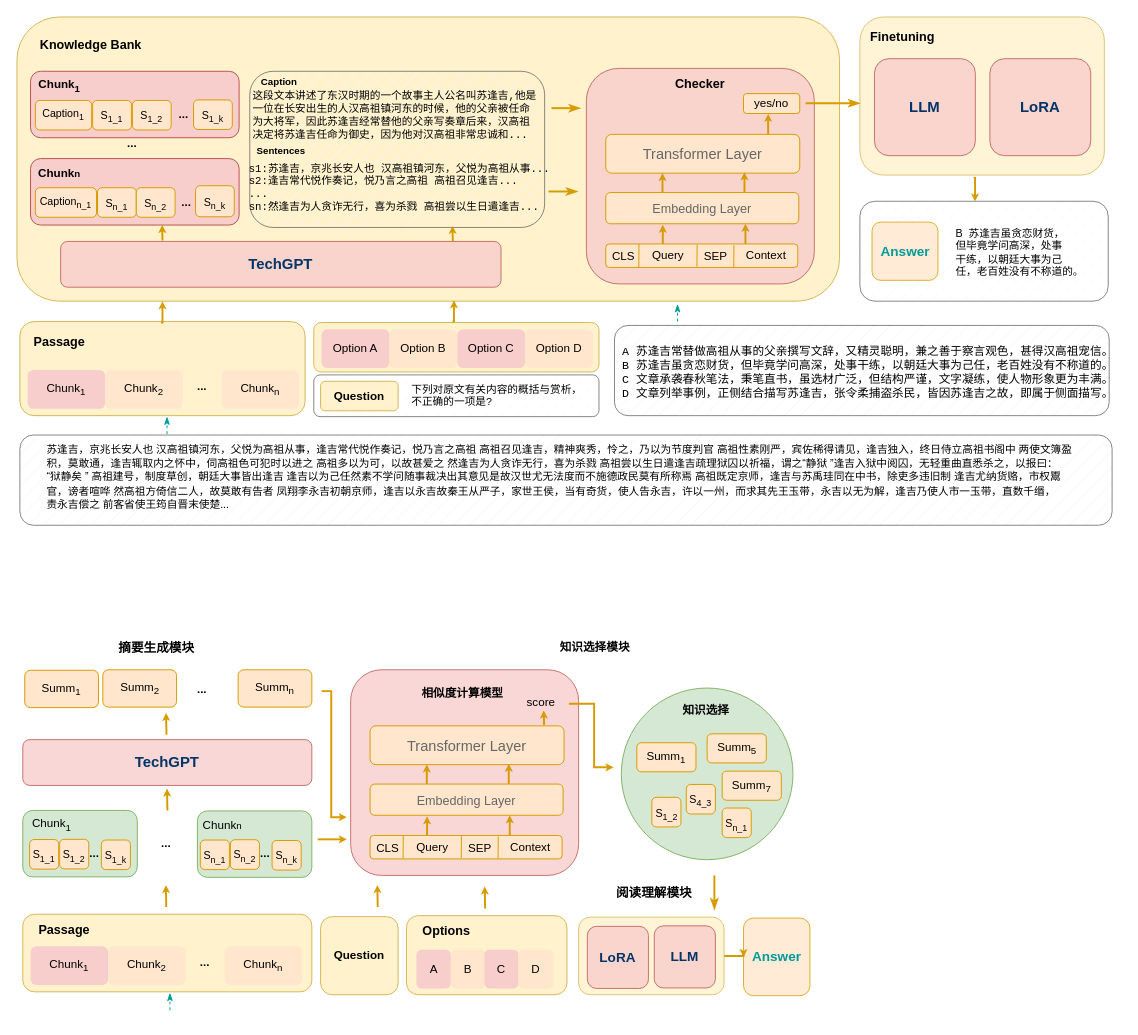
Asimok/draw keeps this draw.io diagram as page "option-2" (10 of 13) of research.drawio. Above is the earlier version. Source tidied: cells renumbered, new cells numbered last; positions are measured from the earlier drawing's top-left corner, leaving out a move shared by most shapes. Both pictures are drawn from the tidied source at 97%, with x=0, y=0 at pixel (16, 16).
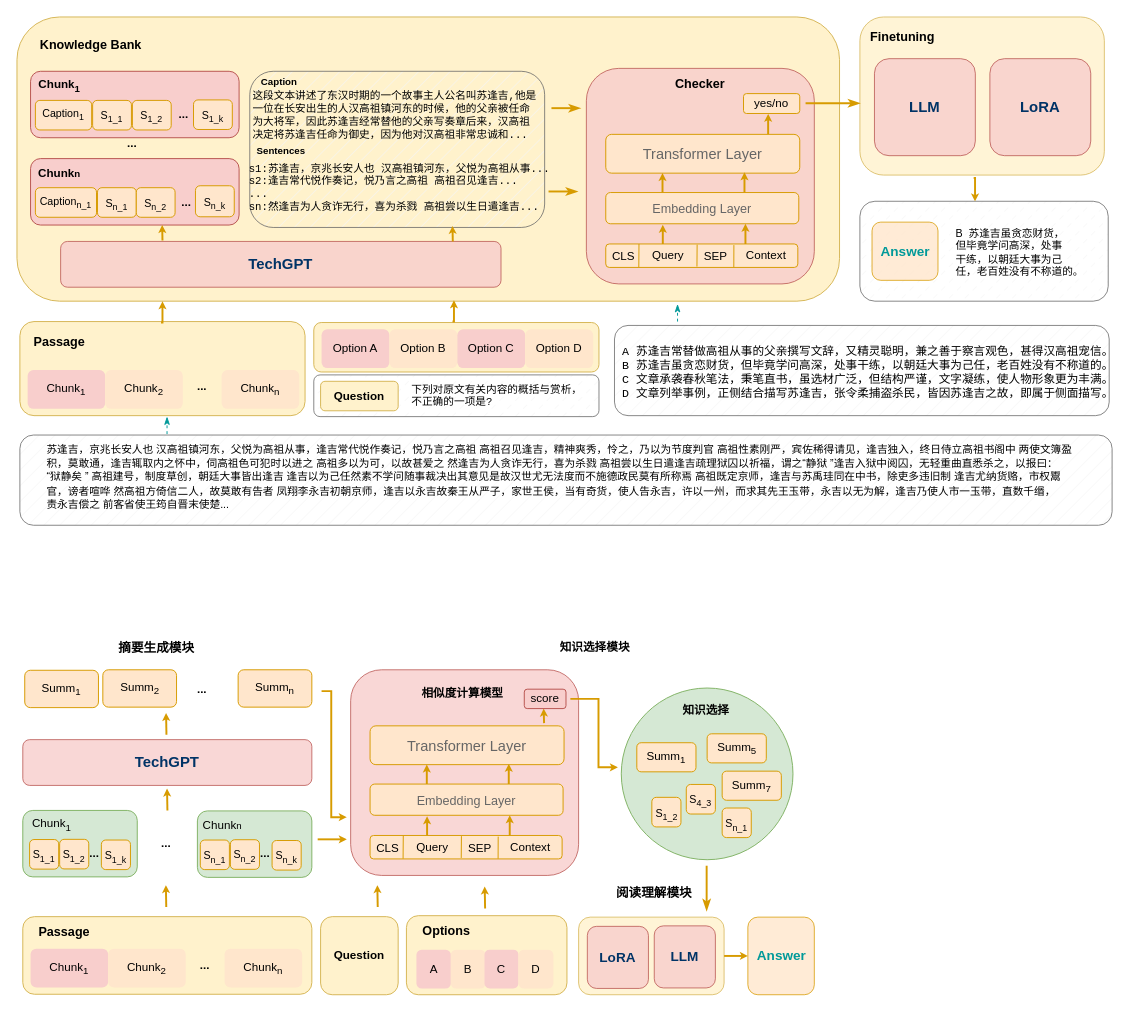
The same diagram, later.

Diff of the diagram source:
```diff
@@
     <mxCell id="88" style="rounded=1;whiteSpace=wrap;html=1;fillColor=#fff2cc;strokeColor=#d6b656;" parent="1" vertex="1">
-      <mxGeometry x="6" y="925" width="298" height="80" as="geometry" />
+      <mxGeometry x="6" y="927.5" width="298" height="80" as="geometry" />
     </mxCell>
     <mxCell id="89" value="Chunk&lt;sub&gt;1&lt;/sub&gt;" style="rounded=1;whiteSpace=wrap;html=1;fillColor=#f8cecc;strokeColor=none;fontStyle=0;" parent="1" vertex="1">
-      <mxGeometry x="14" y="958" width="80" height="40" as="geometry" />
+      <mxGeometry x="14" y="960.5" width="80" height="40" as="geometry" />
     </mxCell>
     <mxCell id="90" value="Chunk&lt;sub style=&quot;border-color: var(--border-color);&quot;&gt;2&lt;/sub&gt;" style="rounded=1;whiteSpace=wrap;html=1;fillColor=#ffe6cc;strokeColor=none;fontStyle=0;" parent="1" vertex="1">
-      <mxGeometry x="94" y="958" width="80" height="40" as="geometry" />
+      <mxGeometry x="94" y="960.5" width="80" height="40" as="geometry" />
     </mxCell>
     <mxCell id="91" value="Chunk&lt;sub style=&quot;border-color: var(--border-color);&quot;&gt;n&lt;/sub&gt;" style="rounded=1;whiteSpace=wrap;html=1;fillColor=#ffe6cc;strokeColor=none;fontStyle=0;" parent="1" vertex="1">
-      <mxGeometry x="214" y="958" width="80" height="40" as="geometry" />
+      <mxGeometry x="214" y="960.5" width="80" height="40" as="geometry" />
     </mxCell>
     <mxCell id="92" value="&lt;b style=&quot;border-color: var(--border-color);&quot;&gt;&lt;font style=&quot;border-color: var(--border-color); font-size: 13px;&quot;&gt;Passage&lt;/font&gt;&lt;/b&gt;" style="text;html=1;strokeColor=none;fillColor=none;align=center;verticalAlign=middle;whiteSpace=wrap;rounded=0;" parent="1" vertex="1">
-      <mxGeometry x="19" y="925.5" width="60" height="30" as="geometry" />
+      <mxGeometry x="19" y="928" width="60" height="30" as="geometry" />
     </mxCell>
     <mxCell id="93" value="..." style="text;html=1;strokeColor=none;fillColor=none;align=center;verticalAlign=middle;whiteSpace=wrap;rounded=0;fontStyle=1;" parent="1" vertex="1">
-      <mxGeometry x="164" y="960" width="60" height="30" as="geometry" />
+      <mxGeometry x="164" y="962.5" width="60" height="30" as="geometry" />
     </mxCell>
@@
     <mxCell id="103" value="&lt;div style=&quot;&quot;&gt;&lt;div style=&quot;&quot; class=&quot;old-record-id-Yy6udGUAGoeq4YxWGWgc8CmznAh&quot;&gt;&lt;div style=&quot;&quot;&gt;&lt;div class=&quot;old-record-id-LsEKdqQSworhZmxPmoCcQG5mnKg&quot; style=&quot;&quot;&gt;&lt;div style=&quot;&quot;&gt;&lt;div style=&quot;&quot; class=&quot;ace-line ace-line old-record-id-AMYidXnhoo489fxQ9qdcv3c9nPg&quot;&gt;&lt;b style=&quot;&quot;&gt;&lt;font style=&quot;font-size: 14px;&quot; color=&quot;#009999&quot;&gt;Answer&lt;/font&gt;&lt;/b&gt;&lt;/div&gt;&lt;/div&gt;&lt;/div&gt;&lt;/div&gt;&lt;/div&gt;&lt;/div&gt;" style="rounded=1;whiteSpace=wrap;html=1;fillColor=#ffe6cc;strokeColor=#d79b00;shadow=0;glass=0;labelBackgroundColor=none;fillStyle=auto;opacity=80;" parent="1" vertex="1">
-      <mxGeometry x="749" y="929" width="68.5" height="80" as="geometry" />
+      <mxGeometry x="753.5" y="928" width="68.5" height="80" as="geometry" />
     </mxCell>
@@
     <mxCell id="116" style="endArrow=classicThin;html=1;rounded=1;strokeWidth=2;endFill=1;strokeColor=#d79b00;fillColor=#ffe6cc;" parent="1" edge="1">
       <mxGeometry relative="1" as="geometry">
-        <mxPoint x="719" y="885" as="sourcePoint" />
-        <mxPoint x="719" y="920.5" as="targetPoint" />
+        <mxPoint x="711" y="875" as="sourcePoint" />
+        <mxPoint x="711" y="921.5" as="targetPoint" />
       </mxGeometry>
     </mxCell>
-    <mxCell id="117" style="endArrow=classicThin;html=1;rounded=1;strokeWidth=1;endFill=1;strokeColor=#009999;dashed=1;" parent="1" edge="1">
-      <mxGeometry relative="1" as="geometry">
-        <mxPoint x="157.7" y="1024" as="sourcePoint" />
-        <mxPoint x="157.7" y="1006" as="targetPoint" />
-      </mxGeometry>
-    </mxCell>
@@
-    <mxCell id="149" style="edgeStyle=orthogonalEdgeStyle;rounded=0;jumpSize=3;orthogonalLoop=1;jettySize=auto;html=1;strokeWidth=2;endSize=2;strokeColor=#d79b00;fillColor=#ffe6cc;" parent="1" edge="1">
+    <mxCell id="149" style="edgeStyle=orthogonalEdgeStyle;rounded=0;jumpSize=3;orthogonalLoop=1;jettySize=auto;html=1;strokeWidth=2;endSize=2;strokeColor=#d79b00;fillColor=#ffe6cc;exitX=1;exitY=0.5;exitDx=0;exitDy=0;" parent="1" edge="1">
       <mxGeometry relative="1" as="geometry">
-        <mxPoint x="570" y="707" as="sourcePoint" />
-        <mxPoint x="615" y="773.5" as="targetPoint" />
+        <mxPoint x="570.5" y="703" as="sourcePoint" />
+        <mxPoint x="619.5" y="773.5" as="targetPoint" />
         <Array as="points">
-          <mxPoint x="595" y="708" />
-          <mxPoint x="595" y="773" />
+          <mxPoint x="599.5" y="703" />
+          <mxPoint x="599.5" y="774" />
         </Array>
       </mxGeometry>
     </mxCell>
     <mxCell id="150" style="edgeStyle=orthogonalEdgeStyle;rounded=0;jumpSize=3;orthogonalLoop=1;jettySize=auto;html=1;strokeWidth=2;endSize=2;strokeColor=#d79b00;fillColor=#ffe6cc;" parent="1" edge="1">
       <mxGeometry relative="1" as="geometry">
-        <mxPoint x="543.4" y="730" as="sourcePoint" />
-        <mxPoint x="543" y="715" as="targetPoint" />
+        <mxPoint x="543.4" y="728" as="sourcePoint" />
+        <mxPoint x="543" y="713" as="targetPoint" />
       </mxGeometry>
     </mxCell>
-    <mxCell id="151" value="score" style="text;html=1;align=center;verticalAlign=middle;strokeColor=none;fillColor=none;" parent="1" vertex="1">
-      <mxGeometry x="515" y="691.8" width="50" height="30" as="geometry" />
-    </mxCell>
@@
+    <mxCell id="151" value="score" style="rounded=1;whiteSpace=wrap;html=1;fillColor=#f8cecc;strokeColor=#b85450;" parent="1" vertex="1">
+      <mxGeometry x="523" y="693" width="43" height="20" as="geometry" />
+    </mxCell>
```
